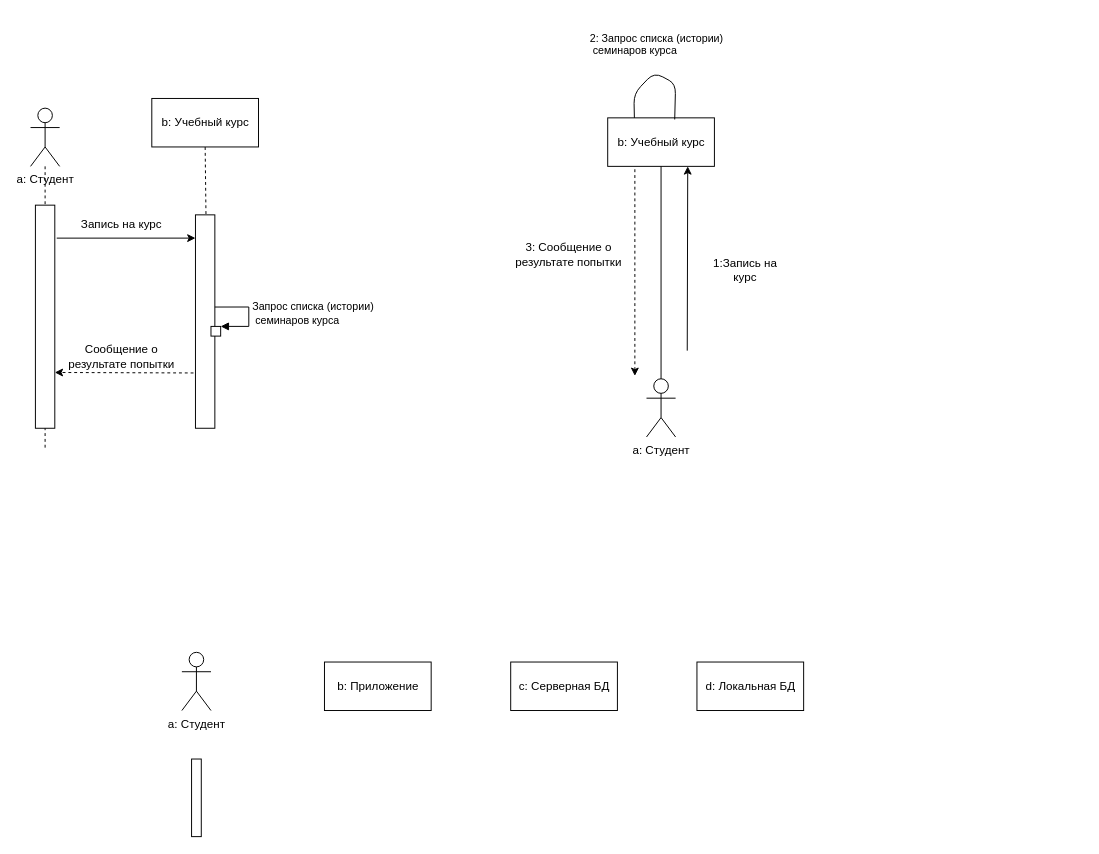
Earlier version of the draw.io diagram 4 практическая АКМ.drawio (Merfarion/Diagrams-and-schemes). Source tidied: cells renumbered, new cells numbered last; positions are measured from the earlier drawing's top-left corner, leaving out a move shared by most shapes. Both pictures are drawn from the tidied source at 97%, with x=0, y=0 at pixel (30, 25).
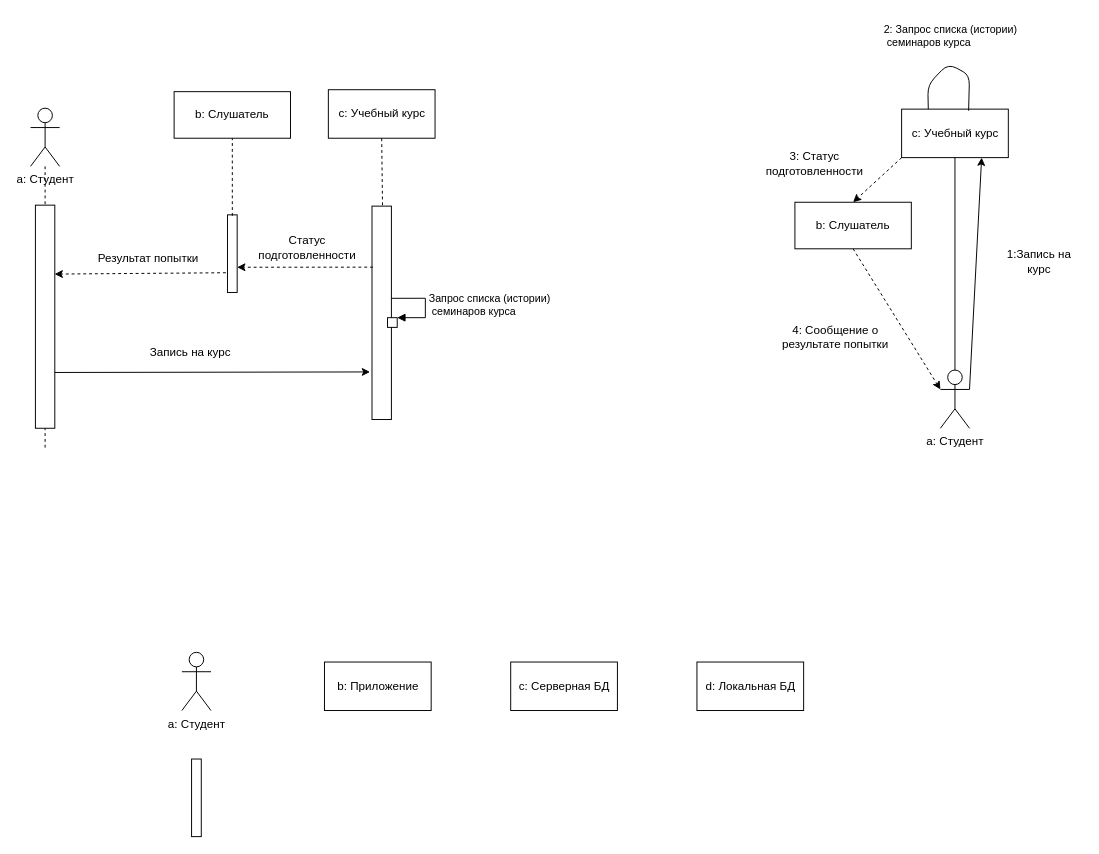
The same diagram, later.

The change refers to these unchanged cells:
```xml
<mxCell id="4" style="rounded=0;whiteSpace=wrap;html=1;" parent="1" vertex="1">
  <mxGeometry x="5" y="185" width="20" height="230" as="geometry" />
</mxCell>
```

Change to the diagram source:
```diff
@@
     <mxCell id="6" style="html=1;points=[];perimeter=orthogonalPerimeter;" parent="1" vertex="1">
-      <mxGeometry x="170" y="195" width="20" height="220" as="geometry" />
+      <mxGeometry x="352" y="186" width="20" height="220" as="geometry" />
     </mxCell>
-    <mxCell id="7" value="b: Учебный курс" style="html=1;" parent="1" vertex="1">
-      <mxGeometry x="125" y="75" width="110" height="50" as="geometry" />
+    <mxCell id="7" value="c: Учебный курс" style="html=1;" parent="1" vertex="1">
+      <mxGeometry x="307" y="66" width="110" height="50" as="geometry" />
     </mxCell>
     <mxCell id="8" style="html=1;points=[];perimeter=orthogonalPerimeter;" parent="1" vertex="1">
-      <mxGeometry x="186" y="310" width="10" height="10" as="geometry" />
+      <mxGeometry x="368" y="301" width="10" height="10" as="geometry" />
     </mxCell>
     <mxCell id="9" value="&lt;div&gt;Запрос списка (истории)&lt;/div&gt;&lt;div&gt;&amp;nbsp;семинаров курса&lt;/div&gt;" style="edgeStyle=orthogonalEdgeStyle;html=1;align=left;spacingLeft=2;endArrow=block;rounded=0;entryX=1;entryY=0;strokeWidth=1;exitX=0.999;exitY=0.432;exitDx=0;exitDy=0;exitPerimeter=0;" parent="1" edge="1" source="6" target="8">
       <mxGeometry relative="1" as="geometry">
         <Array as="points">
-          <mxPoint x="225" y="290" />
-          <mxPoint x="225" y="310" />
+          <mxPoint x="407" y="281" />
+          <mxPoint x="407" y="301" />
         </Array>
       </mxGeometry>
     </mxCell>
@@
-    <mxCell id="11" style="endArrow=classic;html=1;strokeWidth=1;entryX=0;entryY=0.109;entryDx=0;entryDy=0;entryPerimeter=0;" parent="1" edge="1" target="6">
-      <mxGeometry relative="1" as="geometry">
-        <mxPoint x="27" y="219" as="sourcePoint" />
-      </mxGeometry>
+    <mxCell id="11" style="endArrow=classic;html=1;strokeWidth=1;exitX=1;exitY=0.75;exitDx=0;exitDy=0;entryX=-0.1;entryY=0.777;entryDx=0;entryDy=0;entryPerimeter=0;" parent="1" edge="1" source="4" target="6">
+      <mxGeometry relative="1" as="geometry" />
     </mxCell>
-    <mxCell id="12" style="endArrow=classic;html=1;strokeWidth=1;entryX=1;entryY=0.75;entryDx=0;entryDy=0;dashed=1;" parent="1" edge="1" target="4">
-      <mxGeometry relative="1" as="geometry">
-        <mxPoint x="168" y="358" as="sourcePoint" />
-      </mxGeometry>
+    <mxCell id="12" style="endArrow=classic;html=1;strokeWidth=1;entryX=0.99;entryY=0.309;entryDx=0;entryDy=0;dashed=1;exitX=-0.167;exitY=0.746;exitDx=0;exitDy=0;exitPerimeter=0;entryPerimeter=0;" parent="1" edge="1" source="30" target="4">
+      <mxGeometry relative="1" as="geometry" />
     </mxCell>
     <mxCell id="13" value="Запись на курс" style="text;html=1;strokeColor=none;fillColor=none;align=center;verticalAlign=middle;whiteSpace=wrap;rounded=0;" parent="1" vertex="1">
-      <mxGeometry x="50" y="195" width="88" height="20" as="geometry" />
+      <mxGeometry x="121" y="327" width="88" height="20" as="geometry" />
     </mxCell>
-    <mxCell id="14" value="Сообщение о результате попытки" style="text;html=1;strokeColor=none;fillColor=none;align=center;verticalAlign=middle;whiteSpace=wrap;rounded=0;" parent="1" vertex="1">
-      <mxGeometry x="38" y="331" width="112" height="20" as="geometry" />
+    <mxCell id="14" value="&amp;nbsp;Результат попытки" style="text;html=1;strokeColor=none;fillColor=none;align=center;verticalAlign=middle;whiteSpace=wrap;rounded=0;" parent="1" vertex="1">
+      <mxGeometry x="64" y="230" width="112" height="20" as="geometry" />
     </mxCell>
     <mxCell id="15" value="а: Студент" style="shape=umlActor;verticalLabelPosition=bottom;verticalAlign=top;html=1;outlineConnect=0;" parent="1" vertex="1">
-      <mxGeometry x="635" y="364" width="30" height="60" as="geometry" />
+      <mxGeometry x="938" y="355" width="30" height="60" as="geometry" />
     </mxCell>
-    <mxCell id="16" value="b: Учебный курс" style="html=1;" parent="1" vertex="1">
-      <mxGeometry x="595" y="95" width="110" height="50" as="geometry" />
+    <mxCell id="16" value="с: Учебный курс" style="html=1;" parent="1" vertex="1">
+      <mxGeometry x="898" y="86" width="110" height="50" as="geometry" />
     </mxCell>
@@
-    <mxCell id="18" style="endArrow=classic;html=1;strokeWidth=1;entryX=0.75;entryY=1;entryDx=0;entryDy=0;" parent="1" edge="1" target="16">
-      <mxGeometry relative="1" as="geometry">
-        <mxPoint x="677" y="335" as="sourcePoint" />
-      </mxGeometry>
+    <mxCell id="18" style="endArrow=classic;html=1;strokeWidth=1;entryX=0.75;entryY=1;entryDx=0;entryDy=0;exitX=1;exitY=0.3333333333333333;exitDx=0;exitDy=0;exitPerimeter=0;" parent="1" edge="1" source="15" target="16">
+      <mxGeometry relative="1" as="geometry" />
     </mxCell>
     <mxCell id="19" value="1:Запись на курс" style="text;html=1;strokeColor=none;fillColor=none;align=center;verticalAlign=middle;whiteSpace=wrap;rounded=0;" parent="1" vertex="1">
-      <mxGeometry x="693" y="242" width="88" height="20" as="geometry" />
+      <mxGeometry x="996" y="233" width="88" height="20" as="geometry" />
     </mxCell>
-    <mxCell id="20" style="endArrow=classic;html=1;strokeWidth=1;dashed=1;" parent="1" edge="1">
-      <mxGeometry relative="1" as="geometry">
-        <mxPoint x="623" y="148" as="sourcePoint" />
-        <mxPoint x="623" y="361" as="targetPoint" />
-      </mxGeometry>
+    <mxCell id="20" style="endArrow=classic;html=1;strokeWidth=1;dashed=1;exitX=0.5;exitY=1;exitDx=0;exitDy=0;entryX=0;entryY=0.3333333333333333;entryDx=0;entryDy=0;entryPerimeter=0;" parent="1" edge="1" source="34" target="15">
+      <mxGeometry relative="1" as="geometry" />
     </mxCell>
-    <mxCell id="21" value="3: Сообщение о результате попытки" style="text;html=1;strokeColor=none;fillColor=none;align=center;verticalAlign=middle;whiteSpace=wrap;rounded=0;" parent="1" vertex="1">
-      <mxGeometry x="499" y="226" width="112" height="20" as="geometry" />
+    <mxCell id="21" value="4: Сообщение о результате попытки" style="text;html=1;strokeColor=none;fillColor=none;align=center;verticalAlign=middle;whiteSpace=wrap;rounded=0;" parent="1" vertex="1">
+      <mxGeometry x="774" y="311" width="112" height="20" as="geometry" />
     </mxCell>
     <mxCell id="22" style="endArrow=none;html=1;strokeWidth=1;exitX=0.25;exitY=0;exitDx=0;exitDy=0;entryX=0.628;entryY=0.033;entryDx=0;entryDy=0;entryPerimeter=0;" parent="1" edge="1" source="16" target="16">
       <mxGeometry relative="1" as="geometry">
         <Array as="points">
-          <mxPoint x="622" y="70" />
-          <mxPoint x="643" y="48" />
-          <mxPoint x="665" y="60" />
+          <mxPoint x="925" y="61" />
+          <mxPoint x="946" y="39" />
+          <mxPoint x="968" y="51" />
         </Array>
       </mxGeometry>
     </mxCell>
     <mxCell id="23" value="&lt;div style=&quot;color: rgb(0 , 0 , 0) ; font-family: &amp;#34;helvetica&amp;#34; ; font-size: 11px ; font-style: normal ; font-weight: 400 ; letter-spacing: normal ; text-align: left ; text-indent: 0px ; text-transform: none ; word-spacing: 0px&quot;&gt;2: Запрос списка (истории)&lt;/div&gt;&lt;div style=&quot;color: rgb(0 , 0 , 0) ; font-family: &amp;#34;helvetica&amp;#34; ; font-size: 11px ; font-style: normal ; font-weight: 400 ; letter-spacing: normal ; text-align: left ; text-indent: 0px ; text-transform: none ; word-spacing: 0px&quot;&gt;&amp;nbsp;семинаров курса&lt;/div&gt;" style="text;whiteSpace=wrap;html=1;" parent="1" vertex="1">
-      <mxGeometry x="575" width="143" height="40" as="geometry" />
+      <mxGeometry x="878" y="-9" width="143" height="40" as="geometry" />
     </mxCell>
@@
+    <mxCell id="29" value="b: Слушатель" style="rounded=0;whiteSpace=wrap;html=1;" parent="1" vertex="1">
+      <mxGeometry x="148" y="68" width="120" height="48" as="geometry" />
+    </mxCell>
+    <mxCell id="30" style="html=1;points=[];perimeter=orthogonalPerimeter;" parent="1" vertex="1">
+      <mxGeometry x="203" y="195" width="10" height="80" as="geometry" />
+    </mxCell>
+    <mxCell id="31" style="endArrow=none;dashed=1;html=1;entryX=0.5;entryY=1;entryDx=0;entryDy=0;" parent="1" edge="1" target="29">
+      <mxGeometry relative="1" as="geometry">
+        <mxPoint x="208" y="196" as="sourcePoint" />
+      </mxGeometry>
+    </mxCell>
+    <mxCell id="32" style="endArrow=classic;html=1;entryX=1;entryY=0.675;entryDx=0;entryDy=0;entryPerimeter=0;exitX=0.05;exitY=0.286;exitDx=0;exitDy=0;exitPerimeter=0;dashed=1;" parent="1" edge="1" source="6" target="30">
+      <mxGeometry relative="1" as="geometry" />
+    </mxCell>
+    <mxCell id="33" value="Статус подготовленности" style="text;html=1;strokeColor=none;fillColor=none;align=center;verticalAlign=middle;whiteSpace=wrap;rounded=0;" parent="1" vertex="1">
+      <mxGeometry x="235" y="219" width="101" height="20" as="geometry" />
+    </mxCell>
+    <mxCell id="34" value="b: Слушатель" style="rounded=0;whiteSpace=wrap;html=1;" parent="1" vertex="1">
+      <mxGeometry x="788" y="182" width="120" height="48" as="geometry" />
+    </mxCell>
+    <mxCell id="35" style="endArrow=classic;html=1;strokeWidth=1;dashed=1;exitX=0;exitY=1;exitDx=0;exitDy=0;entryX=0.5;entryY=0;entryDx=0;entryDy=0;" parent="1" edge="1" source="16" target="34">
+      <mxGeometry relative="1" as="geometry" />
+    </mxCell>
+    <mxCell id="36" value="3: Статус подготовленности" style="text;html=1;strokeColor=none;fillColor=none;align=center;verticalAlign=middle;whiteSpace=wrap;rounded=0;" parent="1" vertex="1">
+      <mxGeometry x="758" y="132" width="101" height="20" as="geometry" />
+    </mxCell>
```
